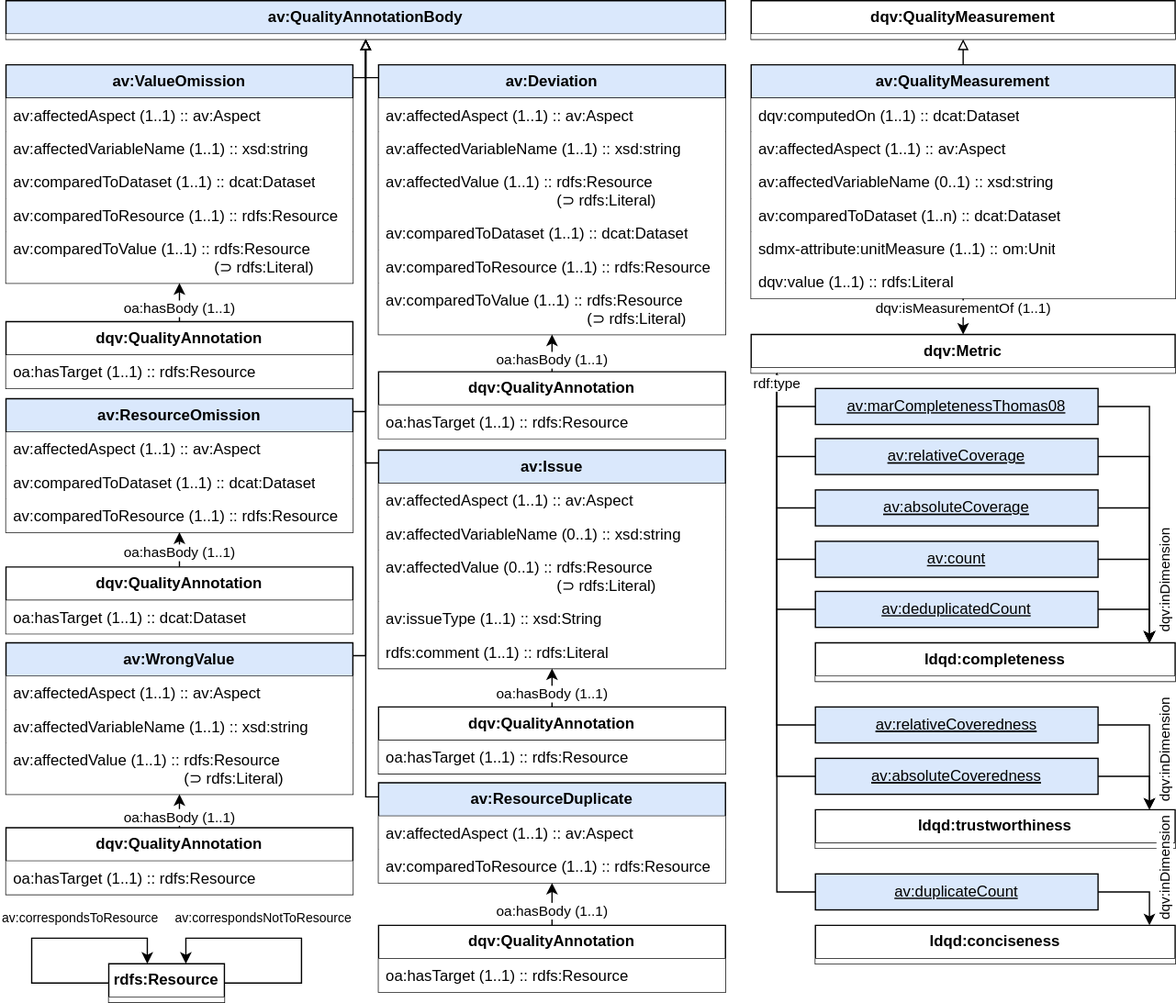
Before: abecto-vocabulary-results.drawio.svg, a diagram exported from draw.io (fusion-jena/abecto-vocabulary). Source tidied: cells renumbered, new cells last; positions are measured from the earlier drawing's top-left corner, leaving out a move shared by most shapes.
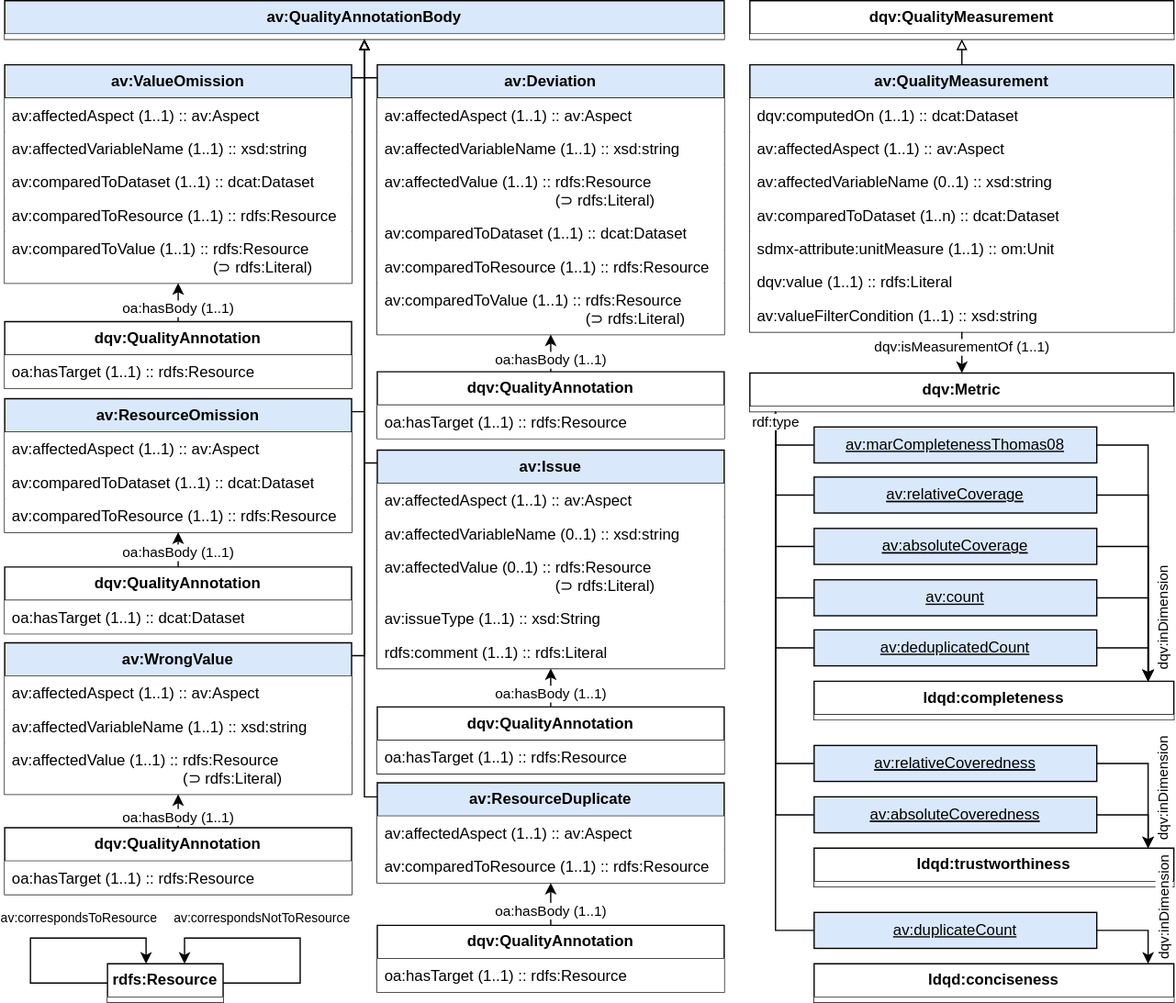
Above is the later version.

What changed in the source:
```diff
@@ -170,7 +170,7 @@
       <mxGeometry y="26" width="270" height="26" as="geometry" />
     </mxCell>
     <mxCell id="51" value="&lt;b&gt;av:QualityMeasurement&lt;/b&gt;" style="swimlane;fontStyle=0;horizontal=1;startSize=26;whiteSpace=wrap;html=1;fillColor=#dae8fc;strokeColor=#000000;" parent="1" vertex="1">
-      <mxGeometry x="580" y="50" width="330" height="182" as="geometry" />
+      <mxGeometry x="580" y="50" width="330" height="208" as="geometry" />
     </mxCell>
     <mxCell id="52" value="dqv:computedOn (1..1) :: dcat:Dataset" style="text;align=left;verticalAlign=top;spacingLeft=4;spacingRight=4;overflow=hidden;whiteSpace=wrap;html=1;fillColor=default;" parent="51" vertex="1">
       <mxGeometry y="26" width="330" height="26" as="geometry" />
@@ -190,11 +190,14 @@
     <mxCell id="57" value="&lt;div&gt;dqv:value (1..1) :: rdfs:Literal&lt;/div&gt;" style="text;align=left;verticalAlign=top;spacingLeft=4;spacingRight=4;overflow=hidden;whiteSpace=wrap;html=1;fillColor=default;" parent="51" vertex="1">
       <mxGeometry y="156" width="330" height="26" as="geometry" />
     </mxCell>
+    <mxCell id="105" value="&lt;div&gt;av:valueFilterCondition (1..1) ::&amp;nbsp;&lt;span style=&quot;background-color: initial;&quot;&gt;xsd:string&lt;/span&gt;&lt;/div&gt;" style="text;align=left;verticalAlign=top;spacingLeft=4;spacingRight=4;overflow=hidden;whiteSpace=wrap;html=1;fillColor=default;" parent="51" vertex="1">
+      <mxGeometry y="182" width="330" height="26" as="geometry" />
+    </mxCell>
     <mxCell id="58" style="rounded=0;jettySize=auto;html=1;spacingTop=8;endArrow=block;endFill=0;" parent="1" edge="1" source="51" target="60">
       <mxGeometry relative="1" as="geometry" />
     </mxCell>
     <mxCell id="59" value="dqv:isMeasurementOf (1..1)" style="edgeStyle=none;rounded=0;jettySize=auto;html=1;" parent="1" edge="1" source="51" target="62">
-      <mxGeometry x="-0.43" relative="1" as="geometry" />
+      <mxGeometry x="-0.25" relative="1" as="geometry" />
     </mxCell>
     <mxCell id="60" value="&lt;b&gt;dqv:QualityMeasurement&lt;/b&gt;" style="swimlane;fontStyle=0;horizontal=1;startSize=26;whiteSpace=wrap;html=1;" parent="1" vertex="1">
       <mxGeometry x="580" width="330" height="30" as="geometry" />
@@ -203,7 +206,7 @@
       <mxGeometry y="26" width="330" height="4" as="geometry" />
     </mxCell>
     <mxCell id="62" value="&lt;b&gt;dqv:Metric&lt;/b&gt;" style="swimlane;fontStyle=0;horizontal=1;startSize=26;whiteSpace=wrap;html=1;" parent="1" vertex="1">
-      <mxGeometry x="580" y="260" width="330" height="30" as="geometry" />
+      <mxGeometry x="580" y="290" width="330" height="30" as="geometry" />
     </mxCell>
     <mxCell id="63" style="text;align=left;verticalAlign=top;spacingLeft=4;spacingRight=4;overflow=hidden;whiteSpace=wrap;html=1;fillColor=default;" parent="62" vertex="1">
       <mxGeometry y="26" width="330" height="4" as="geometry" />
@@ -211,33 +214,33 @@
     <mxCell id="64" style="edgeStyle=orthogonalEdgeStyle;rounded=0;jettySize=auto;html=1;" parent="1" edge="1" source="78" target="62">
       <mxGeometry relative="1" as="geometry">
         <Array as="points">
-          <mxPoint x="600" y="604" />
+          <mxPoint x="600" y="634" />
         </Array>
       </mxGeometry>
     </mxCell>
     <mxCell id="65" style="edgeStyle=orthogonalEdgeStyle;rounded=0;jettySize=auto;html=1;" parent="1" edge="1" source="79" target="62">
       <mxGeometry relative="1" as="geometry">
         <Array as="points">
-          <mxPoint x="600" y="564" />
+          <mxPoint x="600" y="594" />
         </Array>
       </mxGeometry>
     </mxCell>
     <mxCell id="66" style="edgeStyle=orthogonalEdgeStyle;rounded=0;jettySize=auto;html=1;" parent="1" edge="1" source="80" target="62">
       <mxGeometry relative="1" as="geometry">
         <Array as="points">
-          <mxPoint x="600" y="395" />
+          <mxPoint x="600" y="425" />
         </Array>
       </mxGeometry>
     </mxCell>
     <mxCell id="67" style="edgeStyle=orthogonalEdgeStyle;rounded=0;jettySize=auto;html=1;" parent="1" edge="1" source="77" target="62">
       <mxGeometry relative="1" as="geometry">
         <Array as="points">
-          <mxPoint x="600" y="316" />
+          <mxPoint x="600" y="346" />
         </Array>
       </mxGeometry>
     </mxCell>
     <mxCell id="68" value="&lt;b&gt;ldqd:completeness&lt;/b&gt;" style="swimlane;fontStyle=0;horizontal=1;startSize=26;whiteSpace=wrap;html=1;" parent="1" vertex="1">
-      <mxGeometry x="630" y="500" width="280" height="30" as="geometry" />
+      <mxGeometry x="630" y="530" width="280" height="30" as="geometry" />
     </mxCell>
     <mxCell id="69" style="text;align=left;verticalAlign=top;spacingLeft=4;spacingRight=4;overflow=hidden;whiteSpace=wrap;html=1;fillColor=default;" parent="68" vertex="1">
       <mxGeometry y="26" width="280" height="4" as="geometry" />
@@ -245,21 +248,21 @@
     <mxCell id="70" style="edgeStyle=orthogonalEdgeStyle;rounded=0;jettySize=auto;html=1;labelBackgroundColor=#FFFFFF;" parent="1" edge="1" source="80" target="68">
       <mxGeometry x="0.83" y="-20" relative="1" as="geometry">
         <Array as="points">
-          <mxPoint x="890" y="395" />
+          <mxPoint x="890" y="425" />
         </Array>
       </mxGeometry>
     </mxCell>
     <mxCell id="71" style="edgeStyle=orthogonalEdgeStyle;rounded=0;jettySize=auto;html=1;labelBackgroundColor=#FFFFFF;" parent="1" edge="1" source="81" target="68">
       <mxGeometry x="0.83" y="-20" relative="1" as="geometry">
         <Array as="points">
-          <mxPoint x="890" y="355" />
+          <mxPoint x="890" y="385" />
         </Array>
       </mxGeometry>
     </mxCell>
     <mxCell id="72" style="rounded=0;jettySize=auto;html=1;labelBackgroundColor=#FFFFFF;edgeStyle=orthogonalEdgeStyle;" parent="1" edge="1" source="78" target="92">
       <mxGeometry x="0.83" y="-20" relative="1" as="geometry">
         <Array as="points">
-          <mxPoint x="890" y="604" />
+          <mxPoint x="890" y="634" />
         </Array>
       </mxGeometry>
     </mxCell>
@@ -290,80 +293,80 @@
       <mxGeometry y="26" width="90" height="4" as="geometry" />
     </mxCell>
     <mxCell id="77" value="&lt;span&gt;av:marCompletenessThomas08&lt;/span&gt;" style="rounded=0;whiteSpace=wrap;html=1;fillColor=#dae8fc;strokeColor=#000000;fontStyle=4;" parent="1" vertex="1">
-      <mxGeometry x="630" y="302" width="220" height="28" as="geometry" />
+      <mxGeometry x="630" y="332" width="220" height="28" as="geometry" />
     </mxCell>
     <mxCell id="78" value="&lt;u&gt;av:absoluteCoveredness&lt;/u&gt;" style="rounded=0;whiteSpace=wrap;html=1;fillColor=#dae8fc;strokeColor=#000000;fontStyle=4;" parent="1" vertex="1">
-      <mxGeometry x="630" y="590" width="220" height="28" as="geometry" />
+      <mxGeometry x="630" y="620" width="220" height="28" as="geometry" />
     </mxCell>
     <mxCell id="79" value="&lt;u&gt;av:relativeCoveredness&lt;br&gt;&lt;/u&gt;" style="rounded=0;whiteSpace=wrap;html=1;fillColor=#dae8fc;strokeColor=#000000;fontStyle=4;" parent="1" vertex="1">
-      <mxGeometry x="630" y="550" width="220" height="28" as="geometry" />
+      <mxGeometry x="630" y="580" width="220" height="28" as="geometry" />
     </mxCell>
     <mxCell id="80" value="&lt;u&gt;av:absoluteCoverage&lt;/u&gt;" style="rounded=0;whiteSpace=wrap;html=1;fillColor=#dae8fc;strokeColor=#000000;fontStyle=4;" parent="1" vertex="1">
-      <mxGeometry x="630" y="381" width="220" height="28" as="geometry" />
+      <mxGeometry x="630" y="411" width="220" height="28" as="geometry" />
     </mxCell>
     <mxCell id="81" value="&lt;u&gt;av:relativeCoverage&lt;br&gt;&lt;/u&gt;" style="rounded=0;whiteSpace=wrap;html=1;fillColor=#dae8fc;strokeColor=#000000;fontStyle=4;" parent="1" vertex="1">
-      <mxGeometry x="630" y="341" width="220" height="28" as="geometry" />
+      <mxGeometry x="630" y="371" width="220" height="28" as="geometry" />
     </mxCell>
     <mxCell id="82" value="av:duplicateCount" style="rounded=0;whiteSpace=wrap;html=1;fillColor=#dae8fc;strokeColor=#000000;fontStyle=4;" parent="1" vertex="1">
-      <mxGeometry x="630" y="680" width="220" height="28" as="geometry" />
+      <mxGeometry x="630" y="710" width="220" height="28" as="geometry" />
     </mxCell>
     <mxCell id="83" value="av:deduplicatedCount" style="rounded=0;whiteSpace=wrap;html=1;fillColor=#dae8fc;strokeColor=#000000;fontStyle=4;" parent="1" vertex="1">
-      <mxGeometry x="630" y="460" width="220" height="28" as="geometry" />
+      <mxGeometry x="630" y="490" width="220" height="28" as="geometry" />
     </mxCell>
     <mxCell id="84" value="av:count" style="rounded=0;whiteSpace=wrap;html=1;fillColor=#dae8fc;strokeColor=#000000;fontStyle=4;" parent="1" vertex="1">
-      <mxGeometry x="630" y="421" width="220" height="28" as="geometry" />
+      <mxGeometry x="630" y="451" width="220" height="28" as="geometry" />
     </mxCell>
     <mxCell id="85" style="edgeStyle=orthogonalEdgeStyle;rounded=0;jettySize=auto;html=1;" parent="1" edge="1" source="83" target="62">
       <mxGeometry relative="1" as="geometry">
         <Array as="points">
-          <mxPoint x="600" y="474" />
+          <mxPoint x="600" y="504" />
         </Array>
       </mxGeometry>
     </mxCell>
     <mxCell id="86" style="edgeStyle=orthogonalEdgeStyle;rounded=0;jettySize=auto;html=1;" parent="1" edge="1" source="84" target="62">
       <mxGeometry relative="1" as="geometry">
         <Array as="points">
-          <mxPoint x="600" y="435" />
+          <mxPoint x="600" y="465" />
         </Array>
       </mxGeometry>
     </mxCell>
     <mxCell id="87" style="edgeStyle=orthogonalEdgeStyle;rounded=0;jettySize=auto;html=1;" parent="1" edge="1" source="82" target="62">
       <mxGeometry relative="1" as="geometry">
         <Array as="points">
-          <mxPoint x="600" y="694" />
+          <mxPoint x="600" y="724" />
         </Array>
       </mxGeometry>
     </mxCell>
     <mxCell id="88" style="edgeStyle=orthogonalEdgeStyle;rounded=0;jettySize=auto;html=1;labelBackgroundColor=#FFFFFF;" parent="1" edge="1" source="84" target="68">
       <mxGeometry x="0.83" y="-20" relative="1" as="geometry">
         <Array as="points">
-          <mxPoint x="890" y="435" />
+          <mxPoint x="890" y="465" />
         </Array>
       </mxGeometry>
     </mxCell>
     <mxCell id="89" style="edgeStyle=orthogonalEdgeStyle;rounded=0;jettySize=auto;html=1;labelBackgroundColor=#FFFFFF;" parent="1" edge="1" source="83" target="68">
       <mxGeometry x="0.83" y="-20" relative="1" as="geometry">
         <Array as="points">
-          <mxPoint x="890" y="474" />
+          <mxPoint x="890" y="504" />
         </Array>
       </mxGeometry>
     </mxCell>
     <mxCell id="90" value="dqv:inDimension" style="edgeStyle=orthogonalEdgeStyle;rounded=0;jettySize=auto;html=1;labelBackgroundColor=#FFFFFF;align=left;verticalAlign=middle;horizontal=0;" parent="1" edge="1" source="77" target="68">
       <mxGeometry x="0.92" y="10" relative="1" as="geometry">
         <Array as="points">
-          <mxPoint x="890" y="316" />
+          <mxPoint x="890" y="346" />
         </Array>
       </mxGeometry>
     </mxCell>
     <mxCell id="91" value="rdf:type" style="edgeStyle=orthogonalEdgeStyle;rounded=0;jettySize=auto;html=1;labelBackgroundColor=#FFFFFF;" parent="1" edge="1" source="81" target="62">
       <mxGeometry x="0.82" relative="1" as="geometry">
         <Array as="points">
-          <mxPoint x="600" y="355" />
+          <mxPoint x="600" y="385" />
         </Array>
       </mxGeometry>
     </mxCell>
     <mxCell id="92" value="&lt;b&gt;ldqd:trustworthiness&lt;/b&gt;" style="swimlane;fontStyle=0;horizontal=1;startSize=26;whiteSpace=wrap;html=1;" parent="1" vertex="1">
-      <mxGeometry x="630" y="630" width="280" height="30" as="geometry" />
+      <mxGeometry x="630" y="660" width="280" height="30" as="geometry" />
     </mxCell>
     <mxCell id="93" style="text;align=left;verticalAlign=top;spacingLeft=4;spacingRight=4;overflow=hidden;whiteSpace=wrap;html=1;fillColor=default;" parent="92" vertex="1">
       <mxGeometry y="26" width="280" height="4" as="geometry" />
@@ -371,12 +374,12 @@
     <mxCell id="94" value="dqv:inDimension" style="edgeStyle=orthogonalEdgeStyle;rounded=0;jettySize=auto;html=1;labelBackgroundColor=#FFFFFF;fontSize=11;align=left;horizontal=0;" parent="1" edge="1" source="79" target="92">
       <mxGeometry x="0.89" y="10" relative="1" as="geometry">
         <Array as="points">
-          <mxPoint x="890" y="564" />
+          <mxPoint x="890" y="594" />
         </Array>
       </mxGeometry>
     </mxCell>
     <mxCell id="95" value="&lt;b&gt;ldqd:conciseness&lt;/b&gt;" style="swimlane;fontStyle=0;horizontal=1;startSize=26;whiteSpace=wrap;html=1;" parent="1" vertex="1">
-      <mxGeometry x="630" y="720" width="280" height="30" as="geometry" />
+      <mxGeometry x="630" y="750" width="280" height="30" as="geometry" />
     </mxCell>
     <mxCell id="96" style="text;align=left;verticalAlign=top;spacingLeft=4;spacingRight=4;overflow=hidden;whiteSpace=wrap;html=1;fillColor=default;" parent="95" vertex="1">
       <mxGeometry y="26" width="280" height="4" as="geometry" />
@@ -384,7 +387,7 @@
     <mxCell id="97" value="dqv:inDimension" style="edgeStyle=orthogonalEdgeStyle;rounded=0;jettySize=auto;html=1;labelBackgroundColor=#FFFFFF;fontSize=11;align=left;horizontal=0;" parent="1" edge="1" source="82" target="95">
       <mxGeometry x="0.89" y="10" relative="1" as="geometry">
         <Array as="points">
-          <mxPoint x="890" y="694" />
+          <mxPoint x="890" y="724" />
         </Array>
       </mxGeometry>
     </mxCell>
```
